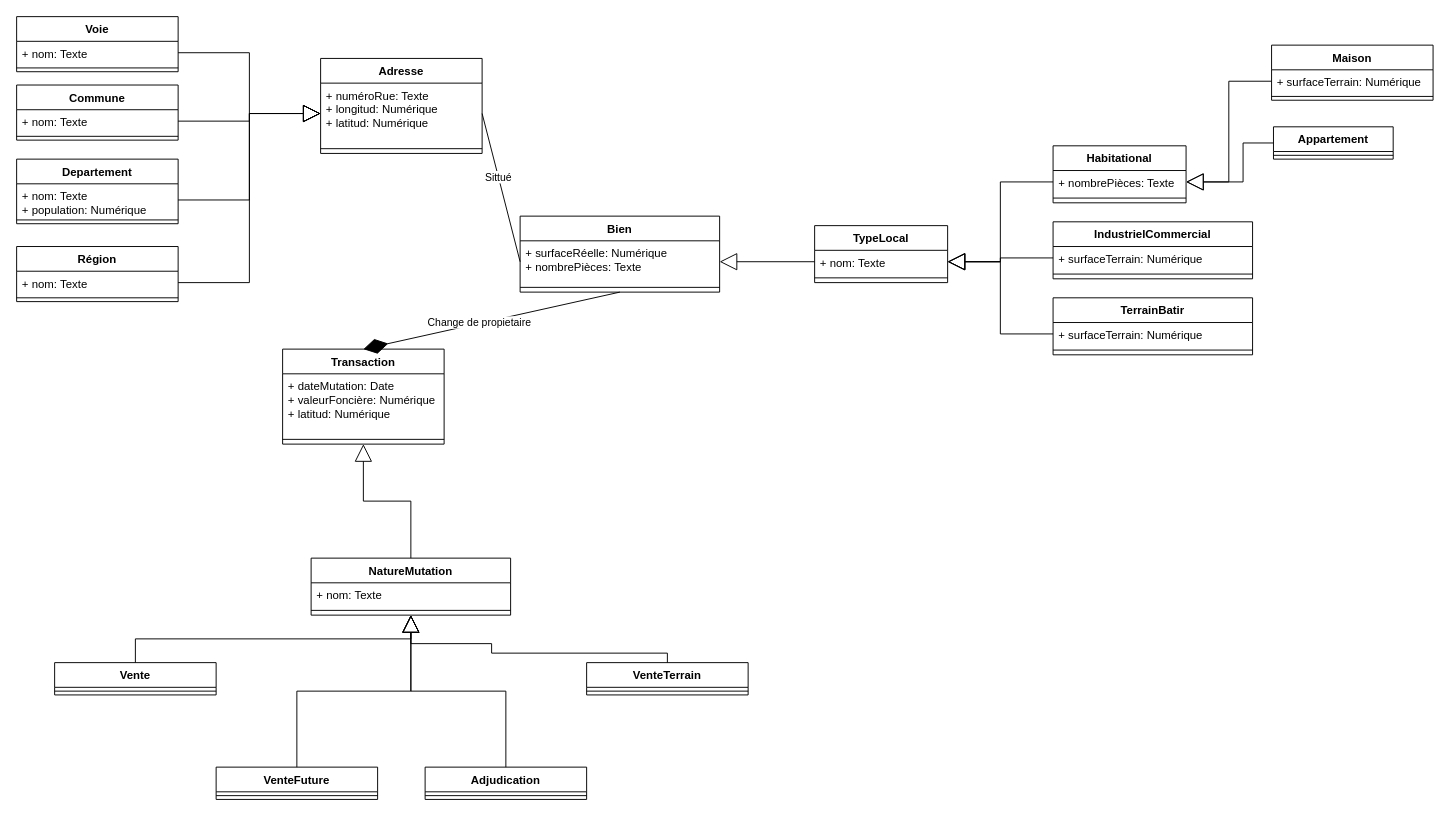
ocon-ene/Projets-personnelles keeps this draw.io diagram as Diagramme de classes UML/Diagrammme_xml.drawio. Above is the earlier version. Source tidied: cells renumbered, new cells numbered last; positions are measured from the earlier drawing's top-left corner, leaving out a move shared by most shapes. Both pictures are drawn from the tidied source at 95%, with x=0, y=0 at pixel (16, 16).
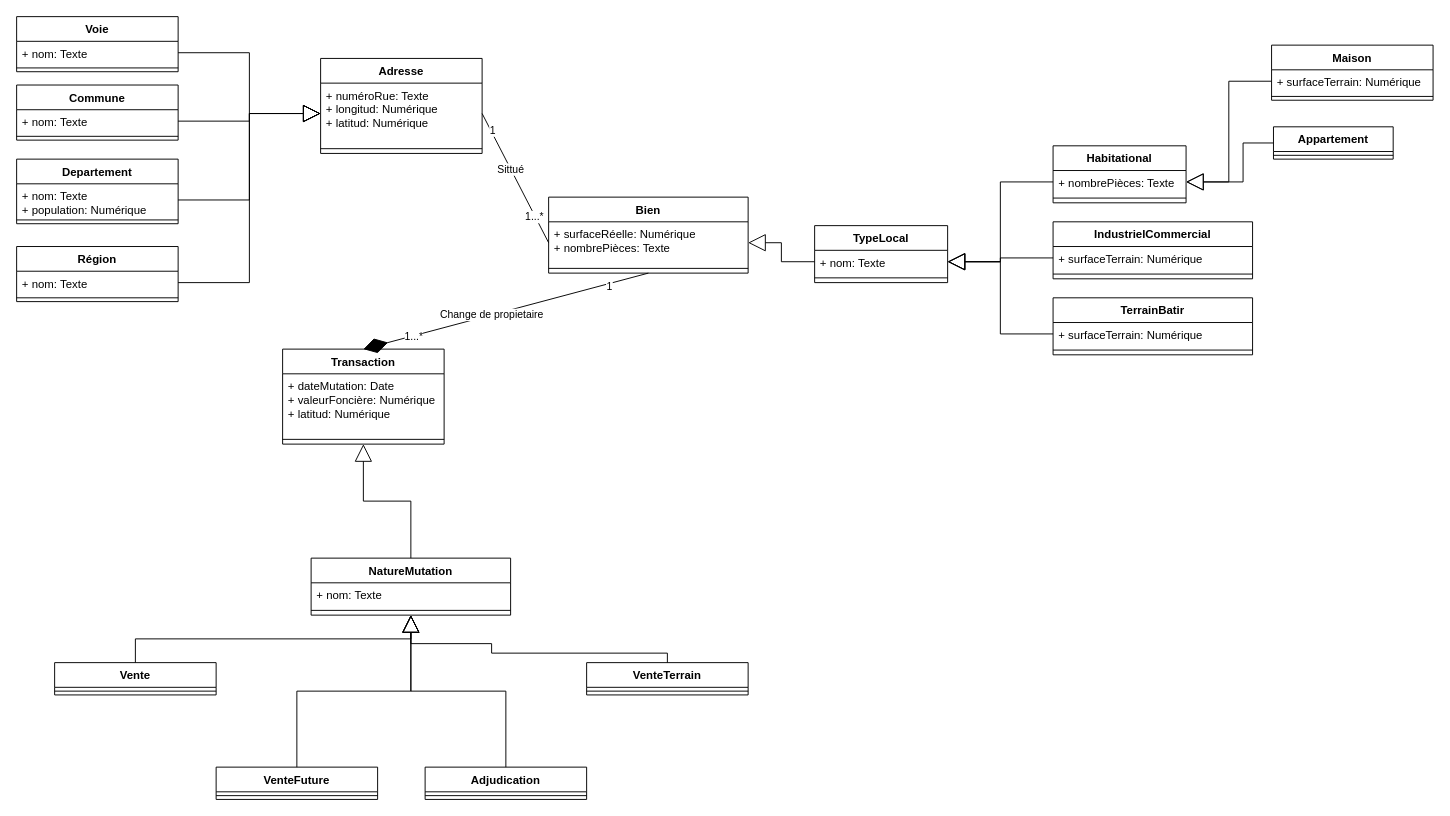
After the change.

Commit message:
Mettre à jour Diagrammme_xml.drawio

The change refers to these unchanged cells:
```xml
<mxCell id="62" style="endArrow=none;html=1;rounded=0;entryX=1;entryY=0.5;entryDx=0;entryDy=0;exitX=0;exitY=0.5;exitDx=0;exitDy=0;" parent="1" edge="1" source="3" target="14">
  <mxGeometry relative="1" as="geometry" />
</mxCell>
<mxCell id="68" style="endArrow=diamondThin;endFill=1;endSize=24;html=1;rounded=0;entryX=0.5;entryY=0;entryDx=0;entryDy=0;exitX=0.5;exitY=1;exitDx=0;exitDy=0;" parent="1" edge="1" source="2" target="34">
  <mxGeometry relative="1" as="geometry" />
</mxCell>
```

What changed in the source:
```diff
@@
     <mxCell id="2" value="Bien" style="swimlane;fontStyle=1;align=center;verticalAlign=top;horizontal=1;startSize=26;whiteSpace=wrap;html=1;" parent="1" vertex="1">
-      <mxGeometry x="530" y="210" width="210" height="80" as="geometry" />
+      <mxGeometry x="560" y="190" width="210" height="80" as="geometry" />
     </mxCell>
@@
+    <mxCell id="70" value="1" style="edgeLabel;html=1;align=center;verticalAlign=middle;" parent="62" vertex="1">
+      <mxGeometry x="0.74" y="-1" relative="1" as="geometry" />
+    </mxCell>
+    <mxCell id="71" value="1...*" style="edgeLabel;html=1;align=center;verticalAlign=middle;" parent="62" vertex="1">
+      <mxGeometry x="-0.6" y="1" relative="1" as="geometry" />
+    </mxCell>
@@
+    <mxCell id="72" value="1" style="edgeLabel;html=1;align=center;verticalAlign=middle;" parent="68" vertex="1">
+      <mxGeometry x="-0.72" y="2" relative="1" as="geometry" />
+    </mxCell>
+    <mxCell id="73" value="1...*" style="edgeLabel;html=1;align=center;verticalAlign=middle;" parent="68" vertex="1">
+      <mxGeometry x="0.65" y="1" relative="1" as="geometry" />
+    </mxCell>
```
